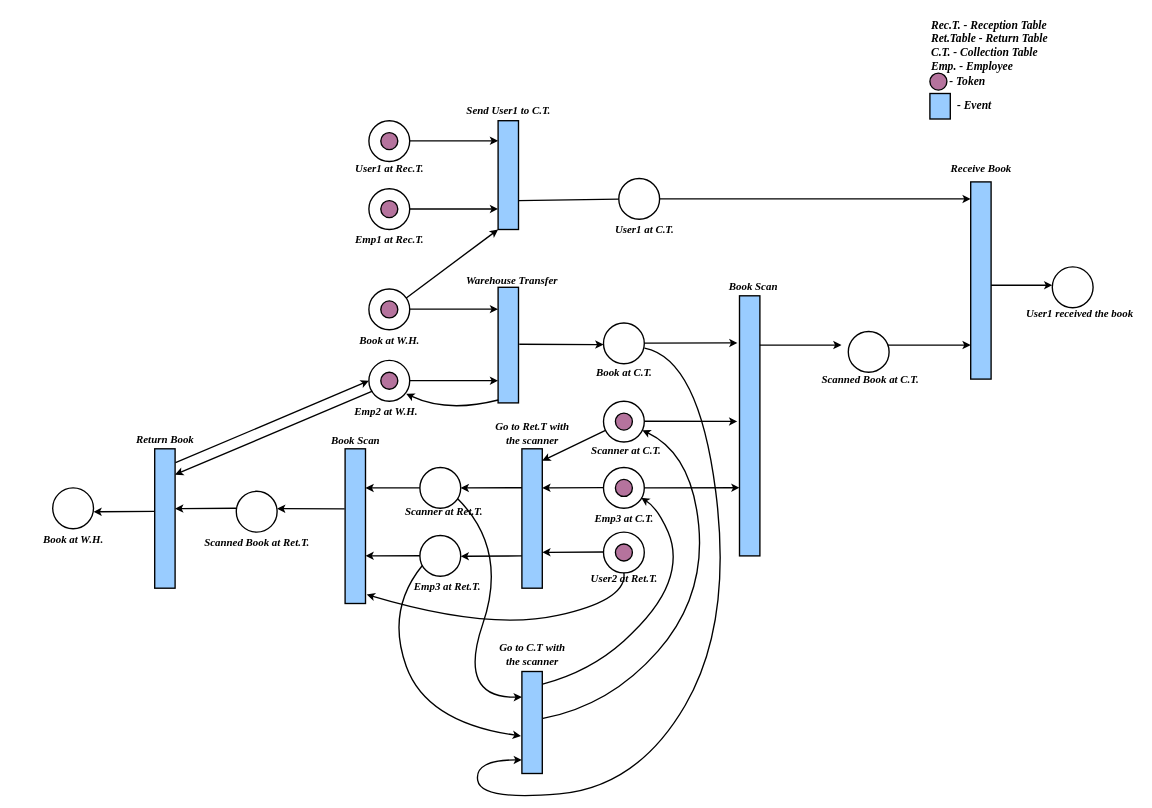
Above: embedded.drawio in Sachini007/Neural-Network-Architecture-Diagrams (draw.io), before the change. Source tidied: cells renumbered, new cells numbered last; positions are measured from the earlier drawing's top-left corner, leaving out a move shared by most shapes. Both pictures are drawn from the tidied source at 68%, with x=0, y=0 at pixel (35, 12).
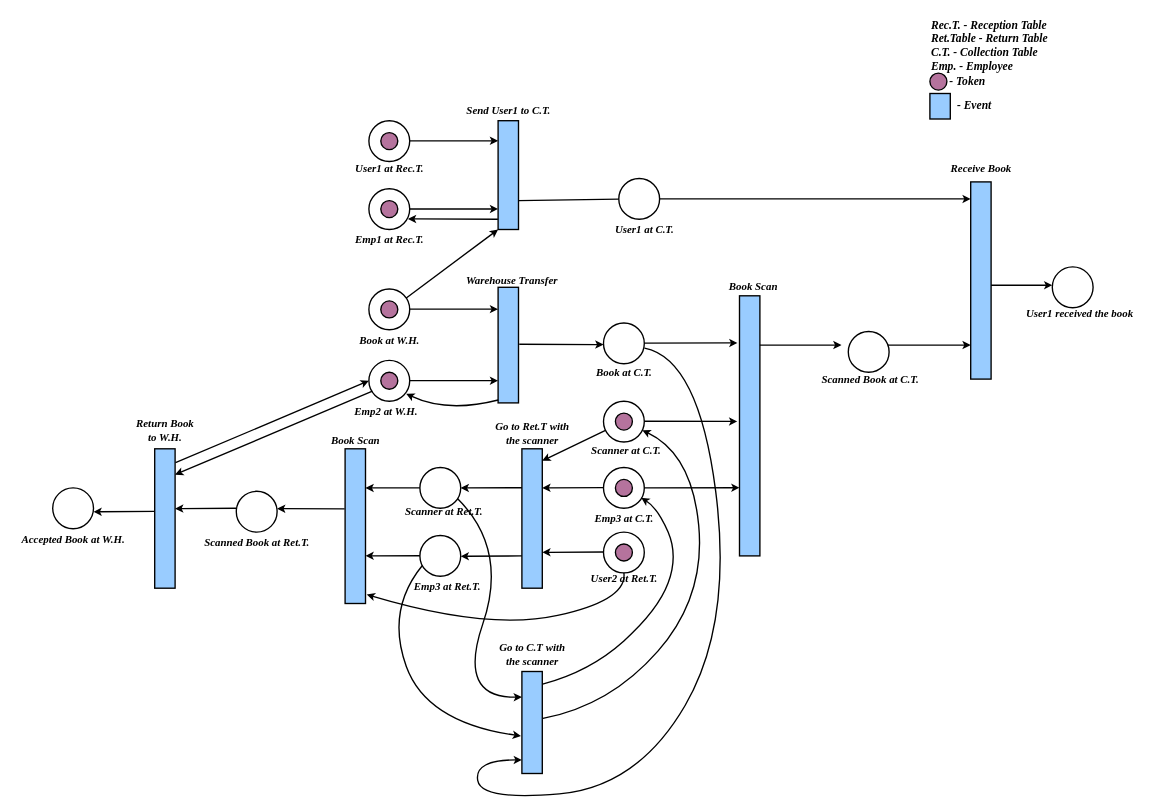
The same page after the edit.

The change refers to these unchanged cells:
```xml
<mxCell id="7" style="rounded=0;whiteSpace=wrap;html=1;fillColor=#99CCFF;fillStyle=solid;strokeWidth=2;" parent="1" vertex="1">
  <mxGeometry x="680" y="160" width="30" height="160" as="geometry" />
</mxCell>
<mxCell id="12" style="ellipse;whiteSpace=wrap;html=1;strokeWidth=2;" parent="1" vertex="1">
  <mxGeometry x="490" y="260" width="60" height="60" as="geometry" />
</mxCell>
```

Change to the diagram source:
```diff
@@
-    <mxCell id="74" value="Book at W.H." style="text;html=1;align=center;verticalAlign=middle;strokeColor=none;fillColor=none;fontFamily=Times New Roman;fontSize=16;fontStyle=3;strokeWidth=2;" parent="1" vertex="1">
-      <mxGeometry y="760" width="110" height="30" as="geometry" />
+    <mxCell id="74" value="Accepted Book at W.H." style="text;html=1;align=center;verticalAlign=middle;strokeColor=none;fillColor=none;fontFamily=Times New Roman;fontSize=16;fontStyle=3;strokeWidth=2;" parent="1" vertex="1">
+      <mxGeometry x="-35" y="760" width="180" height="30" as="geometry" />
     </mxCell>
@@
-    <mxCell id="79" value="Return Book" style="text;html=1;align=center;verticalAlign=middle;strokeColor=none;fillColor=none;fontFamily=Times New Roman;fontSize=16;fontStyle=3;strokeWidth=2;" parent="1" vertex="1">
-      <mxGeometry x="135" y="612.5" width="110" height="30" as="geometry" />
+    <mxCell id="79" value="Return Book &lt;br&gt;to W.H." style="text;html=1;align=center;verticalAlign=middle;strokeColor=none;fillColor=none;fontFamily=Times New Roman;fontSize=16;fontStyle=3;strokeWidth=2;" parent="1" vertex="1">
+      <mxGeometry x="135" y="590" width="110" height="50" as="geometry" />
     </mxCell>
@@
+    <mxCell id="93" style="endArrow=classic;html=1;rounded=0;entryX=0.957;entryY=0.74;entryDx=0;entryDy=0;entryPerimeter=0;exitX=-0.01;exitY=0.906;exitDx=0;exitDy=0;exitPerimeter=0;strokeWidth=2;" parent="1" edge="1" source="7" target="12">
+      <mxGeometry relative="1" as="geometry" />
+    </mxCell>
```
